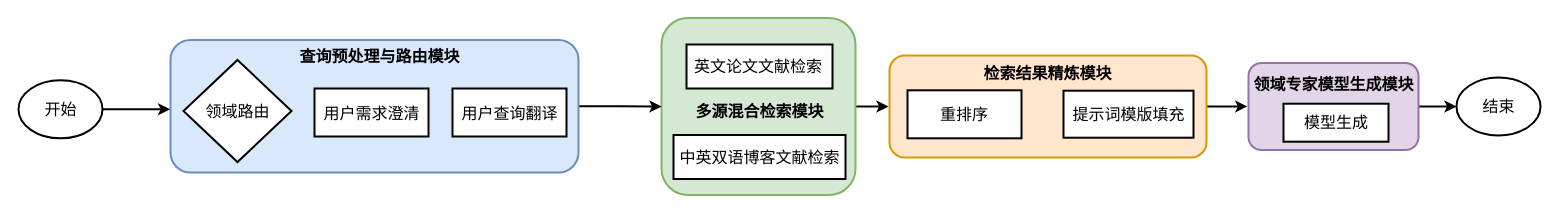
Above: diagrams/flowchart_of_the_qa_system_for_core_ai_technology_literature.drawio in real-jiakai/draw (draw.io), before the change. Source tidied: cells renumbered, new cells numbered last; positions are measured from the earlier drawing's top-left corner, leaving out a move shared by most shapes. Both pictures are drawn from the tidied source at 100%, with x=0, y=0 at pixel (18, 17).
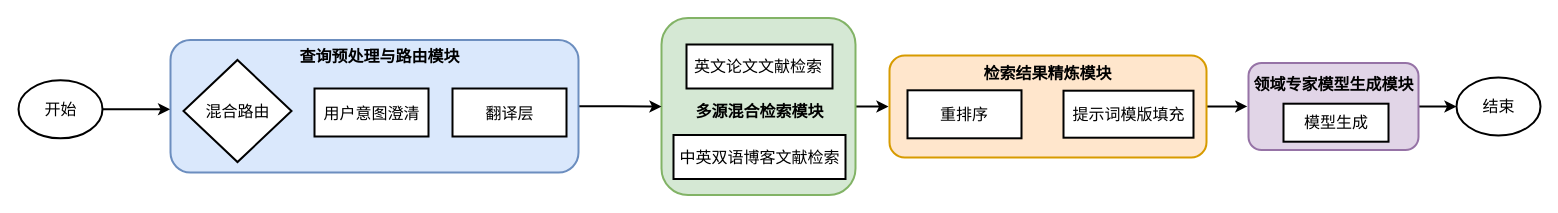
Above is the later version.

What changed in the source:
```diff
@@
-    <mxCell id="17" value="&lt;font style=&quot;font-size: 16px;&quot;&gt;领域路由&lt;/font&gt;" style="text;html=1;align=center;verticalAlign=middle;whiteSpace=wrap;rounded=0;" parent="1" vertex="1">
+    <mxCell id="17" value="&lt;span style=&quot;font-size: 16px;&quot;&gt;混合路由&lt;/span&gt;" style="text;html=1;align=center;verticalAlign=middle;whiteSpace=wrap;rounded=0;" parent="1" vertex="1">
       <mxGeometry x="183.5" y="78.5" width="71" height="30" as="geometry" />
     </mxCell>
@@
-    <mxCell id="21" value="&lt;font style=&quot;font-size: 16px;&quot;&gt;用户需求澄清&lt;/font&gt;" style="text;html=1;align=center;verticalAlign=middle;whiteSpace=wrap;rounded=0;" parent="1" vertex="1">
+    <mxCell id="21" value="&lt;font style=&quot;font-size: 16px;&quot;&gt;用户意图澄清&lt;/font&gt;" style="text;html=1;align=center;verticalAlign=middle;whiteSpace=wrap;rounded=0;" parent="1" vertex="1">
       <mxGeometry x="302.5" y="81" width="101" height="30" as="geometry" />
     </mxCell>
@@
-    <mxCell id="23" value="&lt;span style=&quot;font-size: 16px;&quot;&gt;用户查询翻译&lt;/span&gt;" style="text;html=1;align=center;verticalAlign=middle;whiteSpace=wrap;rounded=0;" parent="1" vertex="1">
+    <mxCell id="23" value="&lt;span style=&quot;font-size: 16px;&quot;&gt;翻译层&lt;/span&gt;" style="text;html=1;align=center;verticalAlign=middle;whiteSpace=wrap;rounded=0;" parent="1" vertex="1">
       <mxGeometry x="440.5" y="81" width="101" height="30" as="geometry" />
     </mxCell>
```
